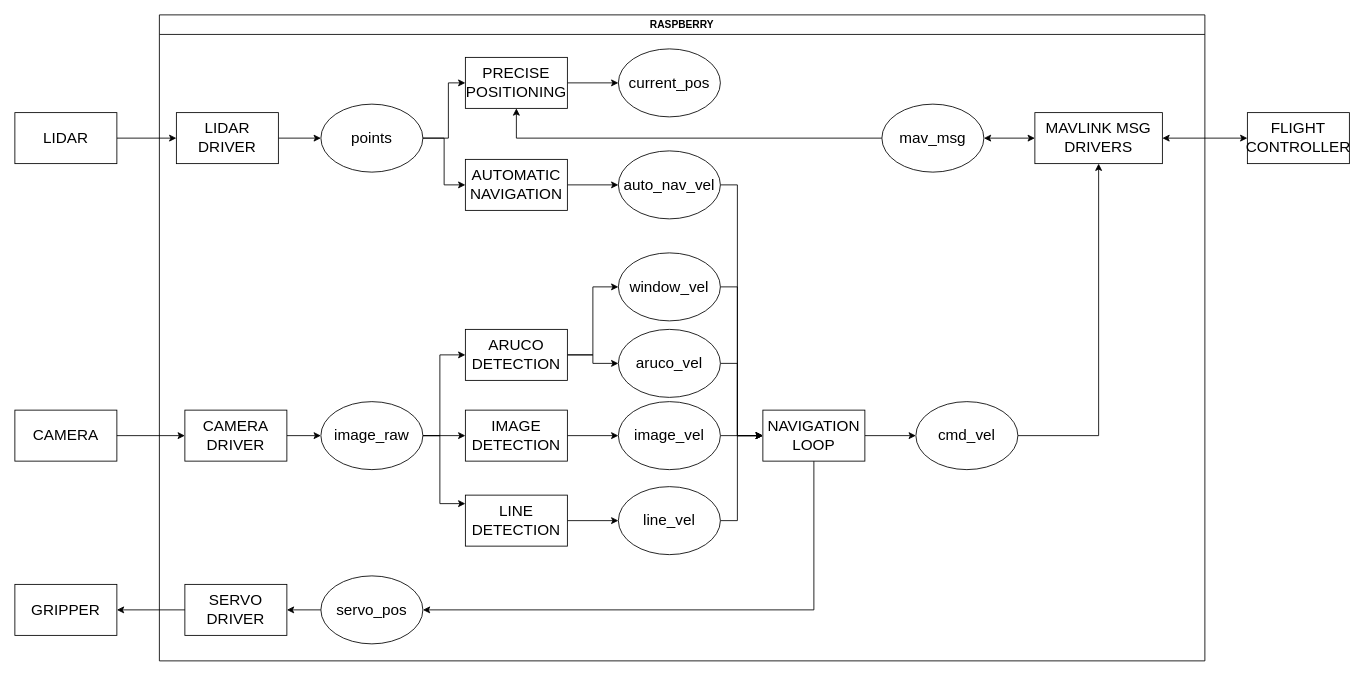
Above: ros_diagram.drawio in Mi-LeV/Concours_Droneload_2025 (draw.io), before the change. Source tidied: cells renumbered, new cells numbered last; positions are measured from the earlier drawing's top-left corner, leaving out a move shared by most shapes. Both pictures are drawn from the tidied source at 85%, with x=0, y=0 at pixel (14, 14).
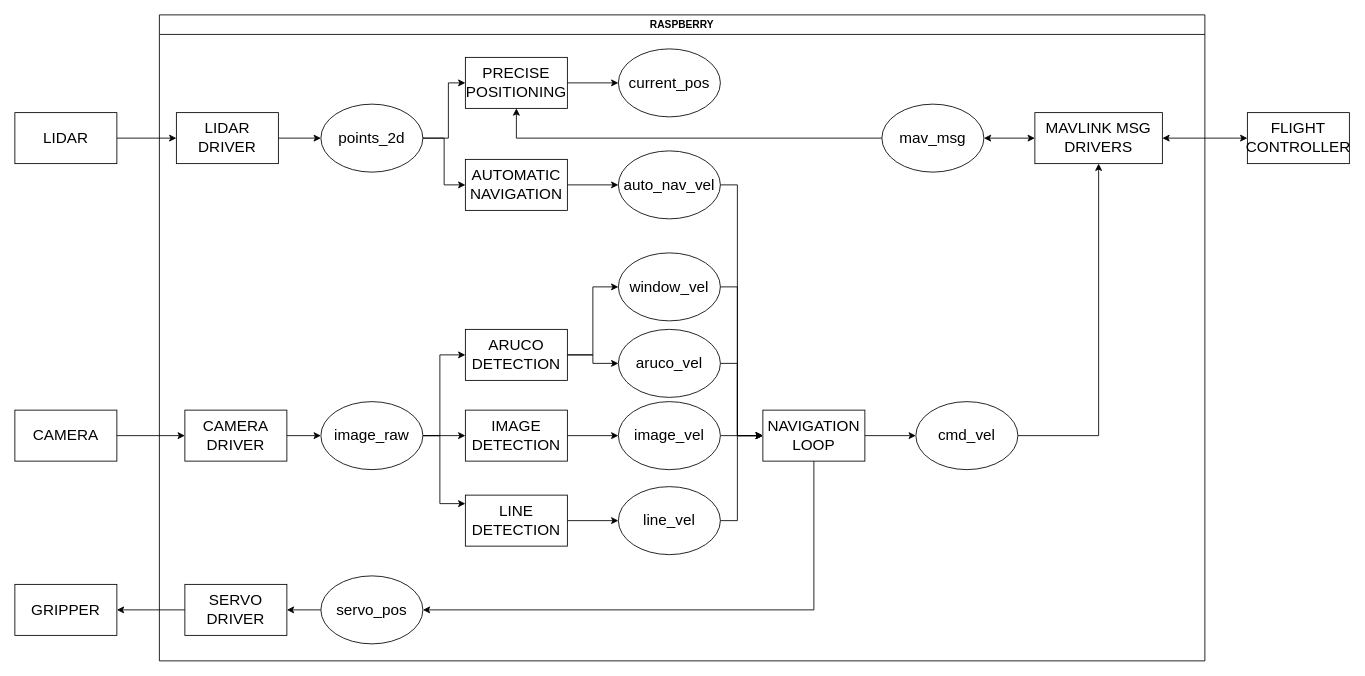
Above is the later version.

Commit message:
Mettre à jour ros_diagram.drawio

The change refers to these unchanged cells:
```xml
<mxCell id="2" value="RASPBERRY" style="swimlane;whiteSpace=wrap;html=1;" parent="1" vertex="1">
  <mxGeometry x="170" width="1230" height="760" as="geometry" />
</mxCell>
```

The edit, as a diff of the source:
```diff
@@
-    <mxCell id="7" value="&lt;font&gt;points&lt;/font&gt;" style="ellipse;whiteSpace=wrap;html=1;fontSize=18;" parent="2" vertex="1">
+    <mxCell id="7" value="&lt;font&gt;points_2d&lt;/font&gt;" style="ellipse;whiteSpace=wrap;html=1;fontSize=18;" parent="2" vertex="1">
       <mxGeometry x="190" y="105" width="120" height="80" as="geometry" />
     </mxCell>
```
